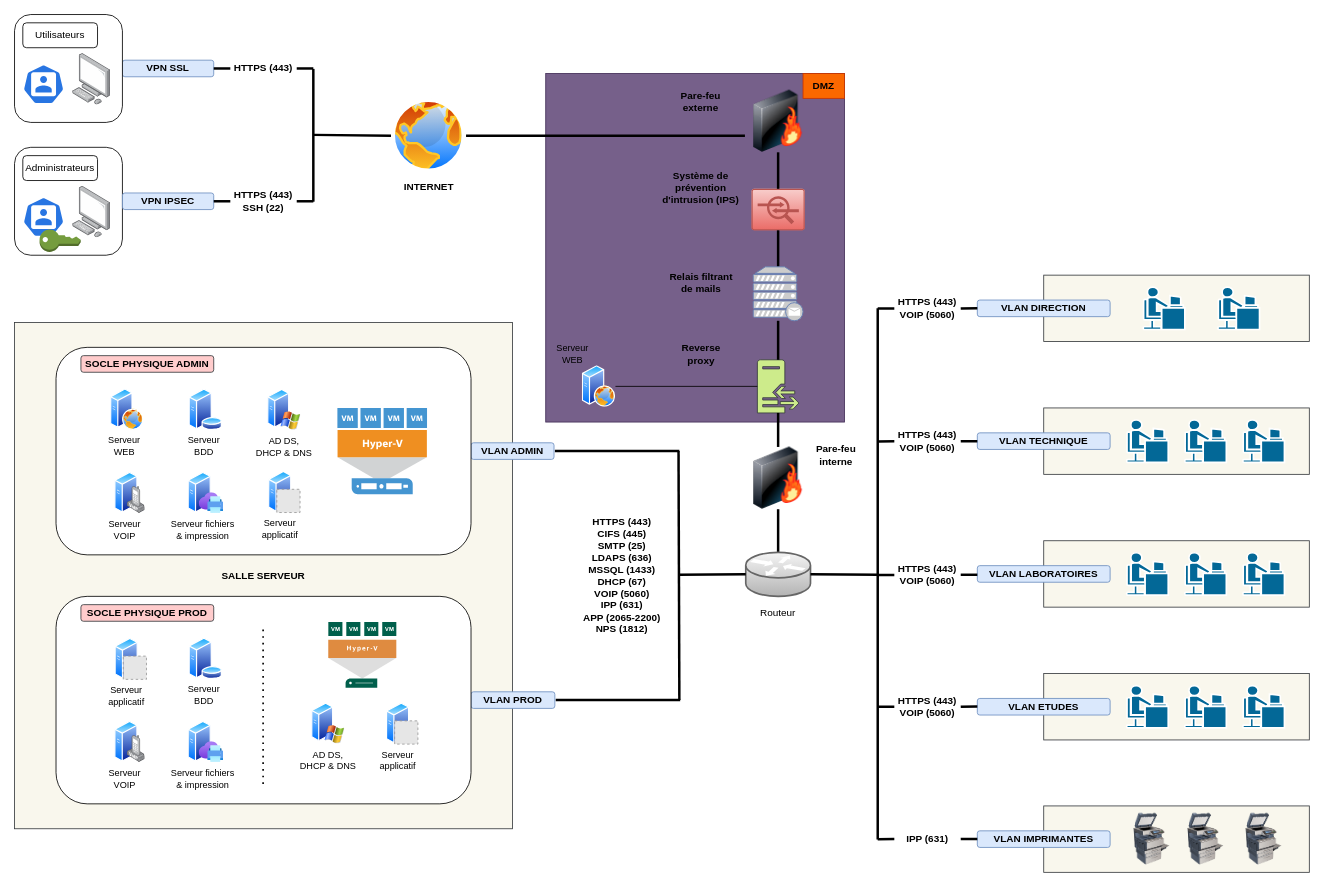
This is p11.drawio from ecto-w/openclassrooms_ASR, a draw.io file, before an edit. Source tidied: cells renumbered, new cells numbered last; positions are measured from the earlier drawing's top-left corner, leaving out a move shared by most shapes. Both pictures are drawn from the tidied source at 83%, with x=0, y=0 at pixel (14, 14). Pictures stored in the file or linked from it are replaced by grey dashed boxes.
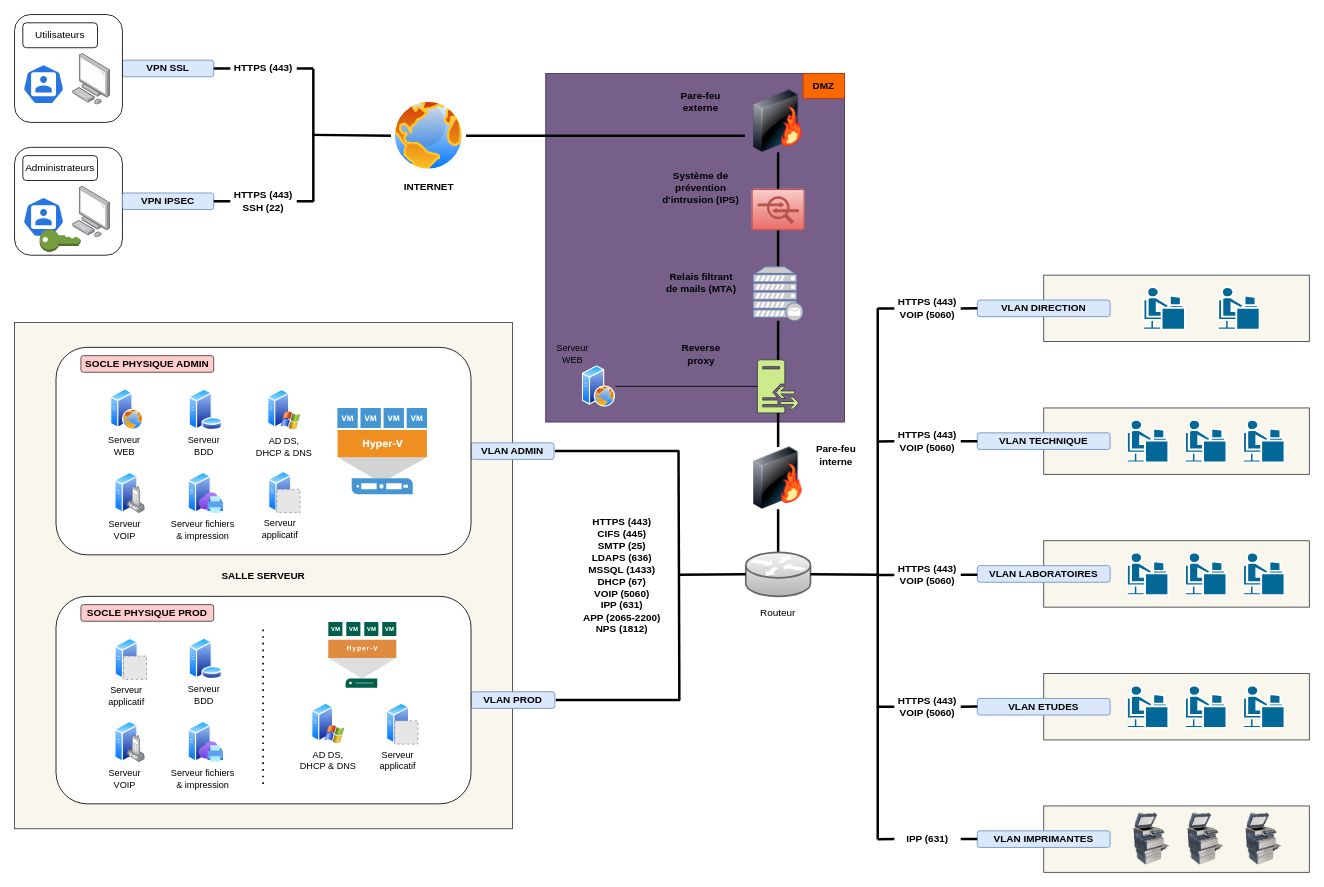
After the change.

Change to the diagram source:
```diff
@@
-    <mxCell id="152" value="Relais filtrant de mails" style="text;html=1;strokeColor=none;fillColor=none;align=center;verticalAlign=middle;whiteSpace=wrap;rounded=0;fontStyle=1;" parent="1" vertex="1">
+    <mxCell id="152" value="Relais filtrant de mails (MTA)" style="text;html=1;strokeColor=none;fillColor=none;align=center;verticalAlign=middle;whiteSpace=wrap;rounded=0;fontStyle=1;" parent="1" vertex="1">
       <mxGeometry x="782" y="304" width="90.5" height="37" as="geometry" />
     </mxCell>
```
